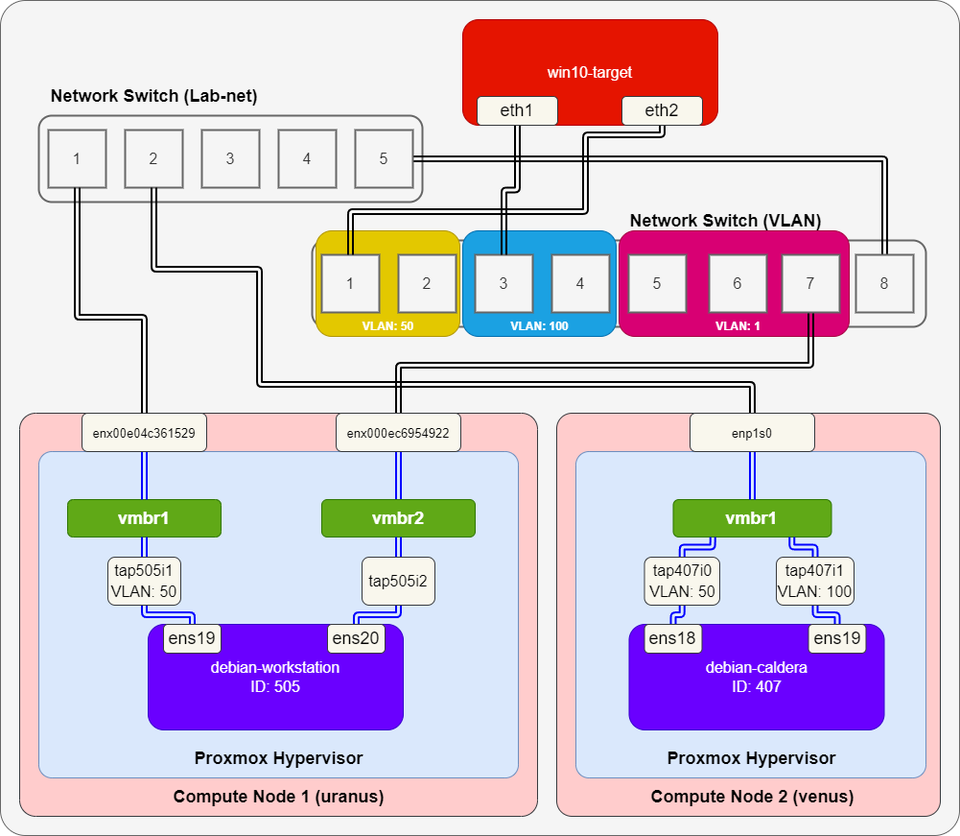
Before: Usage/Switch/01_env.drawio.png, a diagram exported from draw.io (SeeKT/home-lab). Source tidied: cells renumbered, new cells last; positions are measured from the earlier drawing's top-left corner, leaving out a move shared by most shapes.
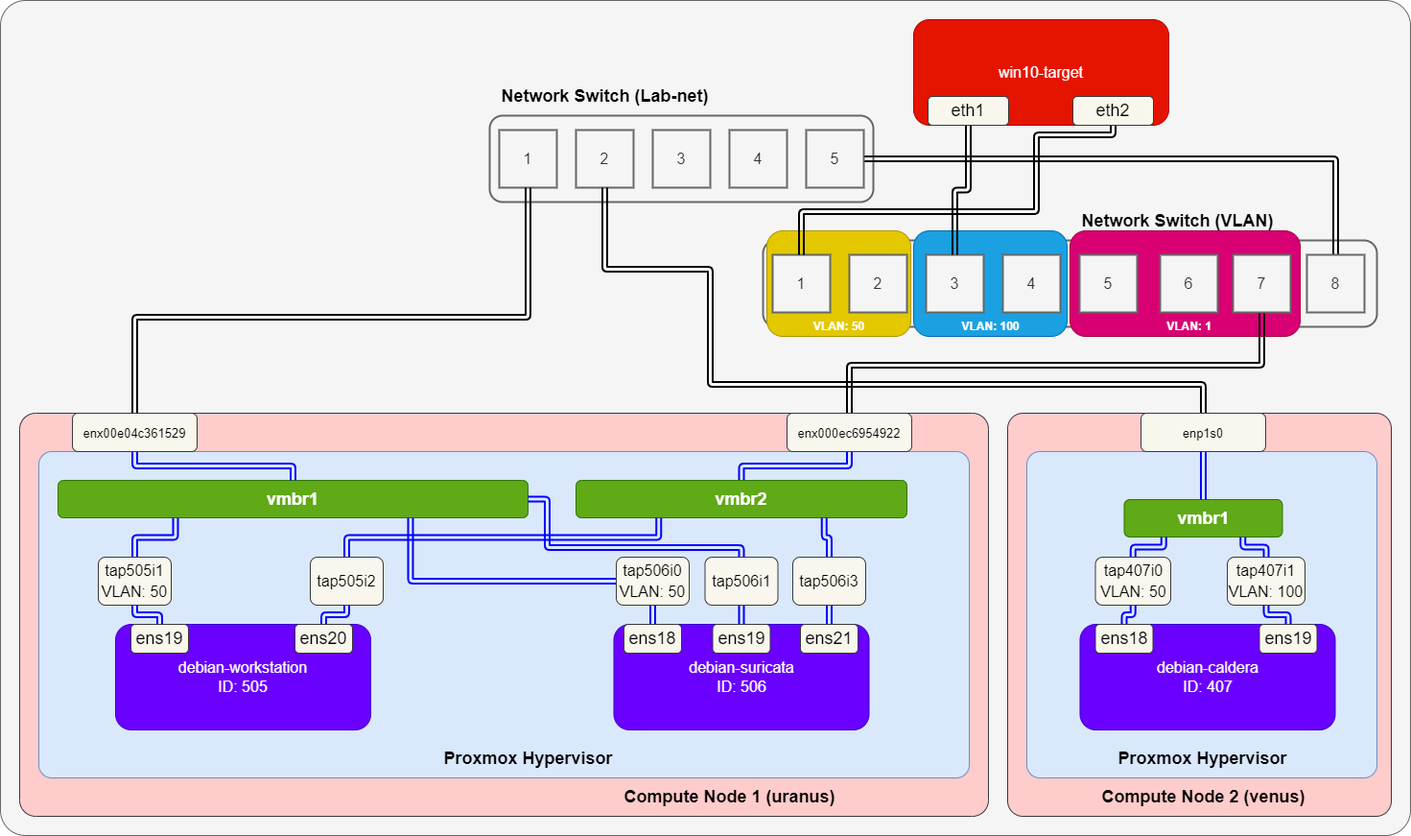
After the commit.

The edit, as a diff of the source:
```diff
@@ -3,7 +3,7 @@
     <mxCell id="0" />
     <mxCell id="1" parent="0" />
     <mxCell id="2" style="rounded=1;whiteSpace=wrap;html=1;fontSize=16;fontColor=#333333;arcSize=3;fillColor=#f5f5f5;strokeColor=#666666;" parent="1" vertex="1">
-      <mxGeometry width="1000" height="870" as="geometry" />
+      <mxGeometry x="-470" width="1470" height="870" as="geometry" />
     </mxCell>
     <mxCell id="3" style="rounded=1;whiteSpace=wrap;html=1;fontSize=16;fontColor=#333333;fillColor=#f5f5f5;strokeColor=#666666;strokeWidth=2;" parent="1" vertex="1">
       <mxGeometry x="325" y="250" width="640" height="90" as="geometry" />
@@ -18,22 +18,22 @@
       <mxGeometry x="645" y="240" width="240" height="110" as="geometry" />
     </mxCell>
     <mxCell id="7" style="rounded=1;whiteSpace=wrap;html=1;arcSize=4;fillColor=#ffcccc;strokeColor=#36393d;" parent="1" vertex="1">
-      <mxGeometry x="20" y="430" width="540" height="420" as="geometry" />
+      <mxGeometry x="-450" y="430" width="1010" height="420" as="geometry" />
     </mxCell>
     <mxCell id="8" style="rounded=1;whiteSpace=wrap;html=1;arcSize=4;fillColor=#dae8fc;strokeColor=#6c8ebf;align=left;" parent="1" vertex="1">
-      <mxGeometry x="40" y="470" width="500" height="340" as="geometry" />
+      <mxGeometry x="-430" y="470" width="970" height="340" as="geometry" />
     </mxCell>
     <mxCell id="9" value="&lt;font size=&quot;1&quot;&gt;&lt;b style=&quot;font-size: 18px;&quot;&gt;vmbr1&lt;/b&gt;&lt;/font&gt;" style="rounded=1;whiteSpace=wrap;html=1;fillColor=#60a917;strokeColor=#2D7600;fontColor=#ffffff;" parent="1" vertex="1">
-      <mxGeometry x="70" y="520" width="160" height="39" as="geometry" />
+      <mxGeometry x="-410" y="500" width="490" height="39" as="geometry" />
     </mxCell>
     <mxCell id="10" value="&lt;b&gt;&lt;font color=&quot;#000000&quot;&gt;Proxmox Hypervisor&lt;/font&gt;&lt;/b&gt;" style="text;html=1;align=center;verticalAlign=middle;strokeColor=none;fillColor=none;fontSize=18;fontColor=#FFFFFF;" parent="1" vertex="1">
-      <mxGeometry x="190" y="770" width="200" height="40" as="geometry" />
+      <mxGeometry x="-20" y="770" width="200" height="40" as="geometry" />
     </mxCell>
-    <mxCell id="11" style="edgeStyle=orthogonalEdgeStyle;shape=link;html=1;strokeColor=#0000FF;strokeWidth=2;fontSize=16;fontColor=#000000;" parent="1" edge="1" source="12" target="9">
+    <mxCell id="11" style="edgeStyle=orthogonalEdgeStyle;shape=link;html=1;strokeColor=#0000FF;strokeWidth=2;fontSize=16;fontColor=#000000;exitX=0.5;exitY=1;exitDx=0;exitDy=0;" parent="1" edge="1" source="12" target="9">
       <mxGeometry relative="1" as="geometry" />
     </mxCell>
     <mxCell id="12" value="&lt;div style=&quot;text-align: start;&quot;&gt;&lt;span style=&quot;background-color: initial; font-size: 13px;&quot;&gt;&lt;font face=&quot;helvetica, arial, verdana, sans-serif&quot; color=&quot;#000000&quot;&gt;enx00e04c361529&lt;/font&gt;&lt;/span&gt;&lt;/div&gt;" style="rounded=1;whiteSpace=wrap;html=1;fontSize=18;fillColor=#f9f7ed;strokeColor=#36393d;" parent="1" vertex="1">
-      <mxGeometry x="85" y="430" width="130" height="40" as="geometry" />
+      <mxGeometry x="-395" y="430" width="130" height="40" as="geometry" />
     </mxCell>
     <mxCell id="13" value="&lt;b&gt;&lt;font color=&quot;#000000&quot;&gt;Compute Node 1 (uranus)&lt;/font&gt;&lt;/b&gt;" style="text;html=1;align=center;verticalAlign=middle;strokeColor=none;fillColor=none;fontSize=18;fontColor=#FFFFFF;" parent="1" vertex="1">
       <mxGeometry x="170" y="810" width="240" height="40" as="geometry" />
@@ -69,7 +69,7 @@
     <mxCell id="22" style="edgeStyle=orthogonalEdgeStyle;shape=link;html=1;entryX=0.5;entryY=1;entryDx=0;entryDy=0;strokeWidth=2;strokeColor=#000000;exitX=0.5;exitY=0;exitDx=0;exitDy=0;" parent="1" edge="1" source="12" target="15">
       <mxGeometry relative="1" as="geometry">
         <Array as="points">
-          <mxPoint x="150" y="330" />
+          <mxPoint x="-330" y="330" />
           <mxPoint x="80" y="330" />
         </Array>
       </mxGeometry>
@@ -78,7 +78,7 @@
       <mxGeometry relative="1" as="geometry" />
     </mxCell>
     <mxCell id="24" value="&lt;font size=&quot;1&quot;&gt;&lt;b style=&quot;font-size: 18px;&quot;&gt;vmbr2&lt;/b&gt;&lt;/font&gt;" style="rounded=1;whiteSpace=wrap;html=1;fillColor=#60a917;strokeColor=#2D7600;fontColor=#ffffff;" parent="1" vertex="1">
-      <mxGeometry x="335" y="520" width="160" height="39" as="geometry" />
+      <mxGeometry x="130" y="500" width="345" height="39" as="geometry" />
     </mxCell>
     <mxCell id="25" style="edgeStyle=orthogonalEdgeStyle;shape=link;html=1;strokeColor=#000000;strokeWidth=2;fontColor=#FFFFFF;" parent="1" edge="1" source="26" target="34">
       <mxGeometry relative="1" as="geometry">
@@ -181,31 +181,31 @@
       <mxGeometry x="648" y="100" width="84" height="30" as="geometry" />
     </mxCell>
     <mxCell id="52" value="debian-workstation&lt;br&gt;ID: 505" style="rounded=1;whiteSpace=wrap;html=1;fontSize=16;fontColor=#ffffff;fillColor=#6a00ff;strokeColor=#3700CC;" parent="1" vertex="1">
-      <mxGeometry x="154" y="650" width="266" height="110" as="geometry" />
+      <mxGeometry x="-350" y="650" width="266" height="110" as="geometry" />
     </mxCell>
     <mxCell id="53" style="edgeStyle=orthogonalEdgeStyle;shape=link;html=1;entryX=0.5;entryY=1;entryDx=0;entryDy=0;strokeColor=#0000FF;strokeWidth=2;fontColor=#FFFFFF;" parent="1" edge="1" source="54" target="58">
       <mxGeometry relative="1" as="geometry" />
     </mxCell>
     <mxCell id="54" value="&lt;font color=&quot;#000000&quot;&gt;ens19&lt;/font&gt;" style="rounded=1;whiteSpace=wrap;html=1;fontSize=18;fillColor=#f9f7ed;strokeColor=#36393d;" parent="1" vertex="1">
-      <mxGeometry x="170" y="650" width="60" height="30" as="geometry" />
+      <mxGeometry x="-334" y="650" width="60" height="30" as="geometry" />
     </mxCell>
     <mxCell id="55" style="edgeStyle=orthogonalEdgeStyle;shape=link;html=1;entryX=0.5;entryY=1;entryDx=0;entryDy=0;strokeColor=#0000FF;strokeWidth=2;" parent="1" edge="1" source="56" target="60">
       <mxGeometry relative="1" as="geometry" />
     </mxCell>
     <mxCell id="56" value="&lt;font color=&quot;#000000&quot;&gt;ens20&lt;/font&gt;" style="rounded=1;whiteSpace=wrap;html=1;fontSize=18;fillColor=#f9f7ed;strokeColor=#36393d;" parent="1" vertex="1">
-      <mxGeometry x="341" y="650" width="60" height="30" as="geometry" />
+      <mxGeometry x="-163" y="650" width="60" height="30" as="geometry" />
     </mxCell>
-    <mxCell id="57" style="edgeStyle=orthogonalEdgeStyle;shape=link;html=1;entryX=0.5;entryY=1;entryDx=0;entryDy=0;strokeColor=#0000FF;strokeWidth=2;" parent="1" edge="1" source="58" target="9">
+    <mxCell id="57" style="edgeStyle=orthogonalEdgeStyle;shape=link;html=1;entryX=0.25;entryY=1;entryDx=0;entryDy=0;strokeColor=#0000FF;strokeWidth=2;" parent="1" edge="1" source="58" target="9">
       <mxGeometry relative="1" as="geometry" />
     </mxCell>
     <mxCell id="58" value="&lt;font style=&quot;font-size: 16px;&quot; color=&quot;#000000&quot;&gt;tap505i1&lt;br&gt;VLAN: 50&lt;br&gt;&lt;/font&gt;" style="rounded=1;whiteSpace=wrap;html=1;fontSize=18;fillColor=#f9f7ed;strokeColor=#36393d;" parent="1" vertex="1">
-      <mxGeometry x="112" y="580" width="76" height="50" as="geometry" />
+      <mxGeometry x="-368" y="580" width="76" height="50" as="geometry" />
     </mxCell>
-    <mxCell id="59" style="edgeStyle=orthogonalEdgeStyle;shape=link;html=1;entryX=0.5;entryY=1;entryDx=0;entryDy=0;strokeColor=#0000FF;strokeWidth=2;" parent="1" edge="1" source="60" target="24">
+    <mxCell id="59" style="edgeStyle=orthogonalEdgeStyle;shape=link;html=1;entryX=0.25;entryY=1;entryDx=0;entryDy=0;strokeColor=#0000FF;strokeWidth=2;exitX=0.5;exitY=0;exitDx=0;exitDy=0;" parent="1" edge="1" source="60" target="24">
       <mxGeometry relative="1" as="geometry" />
     </mxCell>
     <mxCell id="60" value="&lt;font style=&quot;font-size: 16px;&quot; color=&quot;#000000&quot;&gt;tap505i2&lt;br&gt;&lt;/font&gt;" style="rounded=1;whiteSpace=wrap;html=1;fontSize=18;fillColor=#f9f7ed;strokeColor=#36393d;" parent="1" vertex="1">
-      <mxGeometry x="377" y="580" width="76" height="50" as="geometry" />
+      <mxGeometry x="-147" y="580" width="76" height="50" as="geometry" />
     </mxCell>
     <mxCell id="61" value="debian-caldera&lt;br&gt;ID: 407" style="rounded=1;whiteSpace=wrap;html=1;fontSize=16;fontColor=#ffffff;fillColor=#6a00ff;strokeColor=#3700CC;" parent="1" vertex="1">
       <mxGeometry x="655.5" y="650" width="266" height="110" as="geometry" />
@@ -234,5 +234,50 @@
     <mxCell id="69" value="&lt;font style=&quot;font-size: 16px;&quot; color=&quot;#000000&quot;&gt;tap407i1&lt;br&gt;VLAN: 100&lt;br&gt;&lt;/font&gt;" style="rounded=1;whiteSpace=wrap;html=1;fontSize=18;fillColor=#f9f7ed;strokeColor=#36393d;" parent="1" vertex="1">
       <mxGeometry x="809" y="580" width="81" height="50" as="geometry" />
     </mxCell>
+    <mxCell id="70" value="debian-suricata&lt;br&gt;ID: 506" style="rounded=1;whiteSpace=wrap;html=1;fontSize=16;fontColor=#ffffff;fillColor=#6a00ff;strokeColor=#3700CC;" parent="1" vertex="1">
+      <mxGeometry x="169.5" y="650" width="266" height="110" as="geometry" />
+    </mxCell>
+    <mxCell id="71" style="edgeStyle=orthogonalEdgeStyle;shape=link;html=1;entryX=0.5;entryY=1;entryDx=0;entryDy=0;strokeColor=#0000FF;strokeWidth=2;" parent="1" edge="1" source="72" target="78">
+      <mxGeometry relative="1" as="geometry" />
+    </mxCell>
+    <mxCell id="72" value="&lt;font color=&quot;#000000&quot;&gt;ens18&lt;/font&gt;" style="rounded=1;whiteSpace=wrap;html=1;fontSize=18;fillColor=#f9f7ed;strokeColor=#36393d;" parent="1" vertex="1">
+      <mxGeometry x="180" y="650" width="60" height="30" as="geometry" />
+    </mxCell>
+    <mxCell id="73" style="edgeStyle=orthogonalEdgeStyle;shape=link;html=1;entryX=0.5;entryY=1;entryDx=0;entryDy=0;strokeColor=#0000FF;strokeWidth=2;" parent="1" edge="1" source="74" target="82">
+      <mxGeometry relative="1" as="geometry" />
+    </mxCell>
+    <mxCell id="74" value="&lt;font color=&quot;#000000&quot;&gt;ens21&lt;/font&gt;" style="rounded=1;whiteSpace=wrap;html=1;fontSize=18;fillColor=#f9f7ed;strokeColor=#36393d;" parent="1" vertex="1">
+      <mxGeometry x="364" y="650" width="60" height="30" as="geometry" />
+    </mxCell>
+    <mxCell id="75" style="edgeStyle=orthogonalEdgeStyle;shape=link;html=1;entryX=0.5;entryY=1;entryDx=0;entryDy=0;strokeColor=#0000FF;strokeWidth=2;" parent="1" edge="1" source="76" target="80">
+      <mxGeometry relative="1" as="geometry" />
+    </mxCell>
+    <mxCell id="76" value="&lt;font color=&quot;#000000&quot;&gt;ens19&lt;/font&gt;" style="rounded=1;whiteSpace=wrap;html=1;fontSize=18;fillColor=#f9f7ed;strokeColor=#36393d;" parent="1" vertex="1">
+      <mxGeometry x="272.5" y="650" width="60" height="30" as="geometry" />
+    </mxCell>
+    <mxCell id="77" style="edgeStyle=orthogonalEdgeStyle;shape=link;html=1;entryX=0.75;entryY=1;entryDx=0;entryDy=0;strokeColor=#0000FF;strokeWidth=2;" parent="1" edge="1" source="78" target="9">
+      <mxGeometry relative="1" as="geometry" />
+    </mxCell>
+    <mxCell id="78" value="&lt;font style=&quot;font-size: 16px;&quot; color=&quot;#000000&quot;&gt;tap506i0&lt;br&gt;VLAN: 50&lt;br&gt;&lt;/font&gt;" style="rounded=1;whiteSpace=wrap;html=1;fontSize=18;fillColor=#f9f7ed;strokeColor=#36393d;" parent="1" vertex="1">
+      <mxGeometry x="172" y="580" width="76" height="50" as="geometry" />
+    </mxCell>
+    <mxCell id="79" style="edgeStyle=orthogonalEdgeStyle;shape=link;html=1;entryX=1;entryY=0.5;entryDx=0;entryDy=0;strokeColor=#0000FF;strokeWidth=2;" parent="1" edge="1" source="80" target="9">
+      <mxGeometry relative="1" as="geometry">
+        <Array as="points">
+          <mxPoint x="303" y="570" />
+          <mxPoint x="100" y="570" />
+          <mxPoint x="100" y="520" />
+        </Array>
+      </mxGeometry>
+    </mxCell>
+    <mxCell id="80" value="&lt;font style=&quot;font-size: 16px;&quot; color=&quot;#000000&quot;&gt;tap506i1&lt;br&gt;&lt;/font&gt;" style="rounded=1;whiteSpace=wrap;html=1;fontSize=18;fillColor=#f9f7ed;strokeColor=#36393d;" parent="1" vertex="1">
+      <mxGeometry x="264.5" y="580" width="76" height="50" as="geometry" />
+    </mxCell>
+    <mxCell id="81" style="edgeStyle=orthogonalEdgeStyle;shape=link;html=1;entryX=0.75;entryY=1;entryDx=0;entryDy=0;strokeColor=#0000FF;strokeWidth=2;" parent="1" edge="1" source="82" target="24">
+      <mxGeometry relative="1" as="geometry" />
+    </mxCell>
+    <mxCell id="82" value="&lt;font style=&quot;font-size: 16px;&quot; color=&quot;#000000&quot;&gt;tap506i3&lt;br&gt;&lt;/font&gt;" style="rounded=1;whiteSpace=wrap;html=1;fontSize=18;fillColor=#f9f7ed;strokeColor=#36393d;" parent="1" vertex="1">
+      <mxGeometry x="356" y="580" width="76" height="50" as="geometry" />
+    </mxCell>
   </root>
 </mxGraphModel>
```
